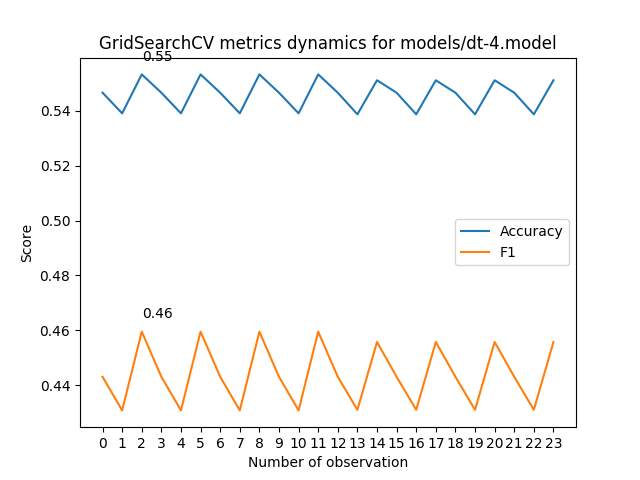
AverHLV/diploma-computations keeps this Graphviz diagram as models/dt-4.model_metrics.png. Above is the earlier version. Its source is kept beside it as models/dt-4.model.dot. Source of this version:
```dot
digraph Tree {
node [shape=box, style="filled", color="black"] ;
0 [label="Topic <= 0.998\ngini = 0.558\nsamples = 12051\nvalue = [[25, 5100, 714, 4466, 1746]\n[307, 7326, 2435, 835, 1148]\n[140, 6526, 603, 4074, 708]\n...\n[14, 5639, 830, 3956, 1612]\n[8, 148, 66, 46, 11783]\n[15, 1985, 29, 7790, 2232]]", fillcolor="#fef9f6"] ;
1 [label="Екогрупа <= -2.261\ngini = 0.543\nsamples = 9232\nvalue = [[20, 4558, 566, 2724, 1364]\n[256, 5760, 1749, 561, 906]\n[122, 5727, 499, 2230, 654]\n...\n[14, 4937, 441, 2476, 1364]\n[7, 130, 39, 37, 9019]\n[14, 1775, 20, 5826, 1597]]", fillcolor="#fae7d9"] ;
0 -> 1 [labeldistance=2.5, labelangle=45, headlabel="True"] ;
5 [label="gini = 0.492\nsamples = 465\nvalue = [[4, 110, 13, 222, 116]\n[1, 294, 64, 34, 72]\n[1, 145, 6, 269, 44]\n...\n[0, 124, 33, 191, 117]\n[0, 0, 0, 0, 465]\n[3, 23, 0, 32, 407]]", fillcolor="#eda978"] ;
1 -> 5 ;
6 [label="ОБ <= -0.236\ngini = 0.537\nsamples = 8767\nvalue = [[16, 4448, 553, 2502, 1248]\n[255, 5466, 1685, 527, 834]\n[121, 5582, 493, 1961, 610]\n...\n[14, 4813, 408, 2285, 1247]\n[7, 130, 39, 37, 8554]\n[11, 1752, 20, 5794, 1190]]", fillcolor="#f9e0ce"] ;
1 -> 6 ;
7 [label="gini = 0.521\nsamples = 2153\nvalue = [[7, 1259, 109, 418, 360]\n[44, 1420, 240, 149, 300]\n[30, 1357, 81, 387, 298]\n...\n[7, 1211, 81, 513, 341]\n[1, 18, 10, 1, 2123]\n[4, 366, 1, 1389, 393]]", fillcolor="#f5ccaf"] ;
6 -> 7 ;
8 [label="Topic <= -1.596\ngini = 0.532\nsamples = 6614\nvalue = [[9, 3189, 444, 2084, 888]\n[211, 4046, 1445, 378, 534]\n[91, 4225, 412, 1574, 312]\n...\n[7, 3602, 327, 1772, 906]\n[6, 112, 29, 36, 6431]\n[7, 1386, 19, 4405, 797]]", fillcolor="#f7dac5"] ;
6 -> 8 ;
9 [label="gini = 0.466\nsamples = 340\nvalue = [[2, 100, 57, 159, 22]\n[5, 248, 65, 11, 11]\n[0, 87, 65, 187, 1]\n...\n[1, 78, 82, 132, 47]\n[0, 27, 1, 16, 296]\n[0, 21, 0, 236, 83]]", fillcolor="#e78a47"] ;
8 -> 9 ;
10 [label="gini = 0.527\nsamples = 6274\nvalue = [[7, 3089, 387, 1925, 866]\n[206, 3798, 1380, 367, 523]\n[91, 4138, 347, 1387, 311]\n...\n[6, 3524, 245, 1640, 859]\n[6, 85, 28, 20, 6135]\n[7, 1365, 19, 4169, 714]]", fillcolor="#f6d3ba"] ;
8 -> 10 ;
2 [label="НФ <= -0.149\ngini = 0.525\nsamples = 2819\nvalue = [[5, 542, 148, 1742, 382]\n[51, 1566, 686, 274, 242]\n[18, 799, 104, 1844, 54]\n...\n[0, 702, 389, 1480, 248]\n[1, 18, 27, 9, 2764]\n[1, 210, 9, 1964, 635]]", fillcolor="#f5d0b6"] ;
0 -> 2 [labeldistance=2.5, labelangle=-45, headlabel="False"] ;
3 [label="gini = 0.459\nsamples = 1901\nvalue = [[1, 154, 63, 1446, 237]\n[24, 1016, 471, 226, 164]\n[1, 322, 43, 1510, 25]\n...\n[0, 329, 239, 1240, 93]\n[0, 3, 2, 0, 1896]\n[1, 62, 2, 1383, 453]]", fillcolor="#e58139"] ;
2 -> 3 ;
4 [label="gini = 0.563\nsamples = 918\nvalue = [[4, 388, 85, 296, 145]\n[27, 550, 215, 48, 78]\n[17, 477, 61, 334, 29]\n...\n[0, 373, 150, 240, 155]\n[1, 15, 25, 9, 868]\n[0, 148, 7, 581, 182]]", fillcolor="#ffffff"] ;
2 -> 4 ;
}
```
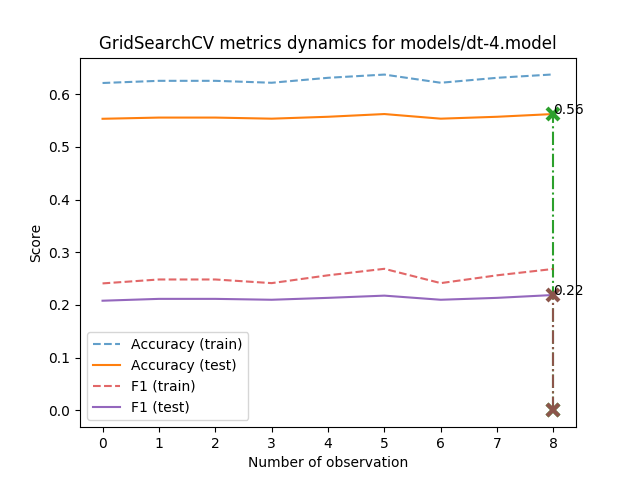
After the commit.

What changed in the source:
```diff
@@ -1,24 +1,56 @@
 digraph Tree {
 node [shape=box, style="filled", color="black"] ;
-0 [label="Topic <= 0.998\ngini = 0.558\nsamples = 12051\nvalue = [[25, 5100, 714, 4466, 1746]\n[307, 7326, 2435, 835, 1148]\n[140, 6526, 603, 4074, 708]\n...\n[14, 5639, 830, 3956, 1612]\n[8, 148, 66, 46, 11783]\n[15, 1985, 29, 7790, 2232]]", fillcolor="#fef9f6"] ;
-1 [label="Екогрупа <= -2.261\ngini = 0.543\nsamples = 9232\nvalue = [[20, 4558, 566, 2724, 1364]\n[256, 5760, 1749, 561, 906]\n[122, 5727, 499, 2230, 654]\n...\n[14, 4937, 441, 2476, 1364]\n[7, 130, 39, 37, 9019]\n[14, 1775, 20, 5826, 1597]]", fillcolor="#fae7d9"] ;
+0 [label="Topic <= 0.998\ngini = 0.558\nsamples = 12051\nvalue = [[25, 5162, 698, 4398, 1768]\n[330, 7345, 2421, 810, 1145]\n[145, 6593, 575, 4045, 693]\n...\n[15, 5632, 841, 3935, 1628]\n[9, 140, 60, 48, 11794]\n[15, 2030, 23, 7734, 2249]]", fillcolor="#fefcfb"] ;
+1 [label="ОБ <= -0.369\ngini = 0.543\nsamples = 9263\nvalue = [[21, 4617, 554, 2691, 1380]\n[277, 5793, 1743, 558, 892]\n[124, 5788, 470, 2242, 639]\n...\n[15, 4919, 452, 2500, 1377]\n[7, 118, 38, 38, 9062]\n[14, 1815, 17, 5833, 1584]]", fillcolor="#fdf6f0"] ;
 0 -> 1 [labeldistance=2.5, labelangle=45, headlabel="True"] ;
-5 [label="gini = 0.492\nsamples = 465\nvalue = [[4, 110, 13, 222, 116]\n[1, 294, 64, 34, 72]\n[1, 145, 6, 269, 44]\n...\n[0, 124, 33, 191, 117]\n[0, 0, 0, 0, 465]\n[3, 23, 0, 32, 407]]", fillcolor="#eda978"] ;
+5 [label="Позафракційні <= -1.95\ngini = 0.532\nsamples = 2170\nvalue = [[7, 1216, 75, 450, 422]\n[40, 1447, 221, 161, 301]\n[26, 1331, 65, 479, 269]\n...\n[7, 1138, 83, 561, 381]\n[1, 16, 7, 1, 2145]\n[8, 330, 1, 1229, 602]]", fillcolor="#fcf1e9"] ;
 1 -> 5 ;
-6 [label="ОБ <= -0.236\ngini = 0.537\nsamples = 8767\nvalue = [[16, 4448, 553, 2502, 1248]\n[255, 5466, 1685, 527, 834]\n[121, 5582, 493, 1961, 610]\n...\n[14, 4813, 408, 2285, 1247]\n[7, 130, 39, 37, 8554]\n[11, 1752, 20, 5794, 1190]]", fillcolor="#f9e0ce"] ;
+7 [label="gini = 0.409\nsamples = 215\nvalue = [[1, 21, 2, 125, 66]\n[0, 115, 36, 40, 24]\n[1, 38, 3, 132, 41]\n...\n[1, 22, 6, 98, 88]\n[0, 0, 0, 0, 215]\n[0, 2, 0, 42, 171]]", fillcolor="#f1bd97"] ;
+5 -> 7 ;
+8 [label="ВОБ <= -0.559\ngini = 0.515\nsamples = 1955\nvalue = [[6, 1195, 73, 325, 356]\n[40, 1332, 185, 121, 277]\n[25, 1293, 62, 347, 228]\n...\n[6, 1116, 77, 463, 293]\n[1, 16, 7, 1, 1930]\n[8, 328, 1, 1187, 431]]", fillcolor="#fbeade"] ;
+5 -> 8 ;
+23 [label="gini = 0.53\nsamples = 468\nvalue = [[0, 248, 11, 105, 104]\n[9, 240, 43, 44, 132]\n[6, 261, 26, 130, 45]\n...\n[0, 232, 15, 162, 59]\n[0, 0, 0, 0, 468]\n[1, 90, 0, 286, 91]]", fillcolor="#fcf0e8"] ;
+8 -> 23 ;
+24 [label="gini = 0.494\nsamples = 1487\nvalue = [[6, 947, 62, 220, 252]\n[31, 1092, 142, 77, 145]\n[19, 1032, 36, 217, 183]\n...\n[6, 884, 62, 301, 234]\n[1, 16, 7, 1, 1462]\n[7, 238, 1, 901, 340]]", fillcolor="#f9e1cf"] ;
+8 -> 24 ;
+6 [label="Topic <= -1.596\ngini = 0.536\nsamples = 7093\nvalue = [[14, 3401, 479, 2241, 958]\n[237, 4346, 1522, 397, 591]\n[98, 4457, 405, 1763, 370]\n...\n[8, 3781, 369, 1939, 996]\n[6, 102, 31, 37, 6917]\n[6, 1485, 16, 4604, 982]]", fillcolor="#fcf3ec"] ;
 1 -> 6 ;
-7 [label="gini = 0.521\nsamples = 2153\nvalue = [[7, 1259, 109, 418, 360]\n[44, 1420, 240, 149, 300]\n[30, 1357, 81, 387, 298]\n...\n[7, 1211, 81, 513, 341]\n[1, 18, 10, 1, 2123]\n[4, 366, 1, 1389, 393]]", fillcolor="#f5ccaf"] ;
-6 -> 7 ;
-8 [label="Topic <= -1.596\ngini = 0.532\nsamples = 6614\nvalue = [[9, 3189, 444, 2084, 888]\n[211, 4046, 1445, 378, 534]\n[91, 4225, 412, 1574, 312]\n...\n[7, 3602, 327, 1772, 906]\n[6, 112, 29, 36, 6431]\n[7, 1386, 19, 4405, 797]]", fillcolor="#f7dac5"] ;
-6 -> 8 ;
-9 [label="gini = 0.466\nsamples = 340\nvalue = [[2, 100, 57, 159, 22]\n[5, 248, 65, 11, 11]\n[0, 87, 65, 187, 1]\n...\n[1, 78, 82, 132, 47]\n[0, 27, 1, 16, 296]\n[0, 21, 0, 236, 83]]", fillcolor="#e78a47"] ;
-8 -> 9 ;
-10 [label="gini = 0.527\nsamples = 6274\nvalue = [[7, 3089, 387, 1925, 866]\n[206, 3798, 1380, 367, 523]\n[91, 4138, 347, 1387, 311]\n...\n[6, 3524, 245, 1640, 859]\n[6, 85, 28, 20, 6135]\n[7, 1365, 19, 4169, 714]]", fillcolor="#f6d3ba"] ;
-8 -> 10 ;
-2 [label="НФ <= -0.149\ngini = 0.525\nsamples = 2819\nvalue = [[5, 542, 148, 1742, 382]\n[51, 1566, 686, 274, 242]\n[18, 799, 104, 1844, 54]\n...\n[0, 702, 389, 1480, 248]\n[1, 18, 27, 9, 2764]\n[1, 210, 9, 1964, 635]]", fillcolor="#f5d0b6"] ;
+9 [label="gini = 0.47\nsamples = 337\nvalue = [[2, 92, 52, 170, 21]\n[5, 244, 63, 11, 14]\n[0, 85, 65, 185, 2]\n...\n[0, 80, 86, 128, 43]\n[0, 23, 1, 15, 298]\n[0, 23, 0, 232, 82]]", fillcolor="#f7d6bf"] ;
+6 -> 9 ;
+10 [label="НФ <= 0.573\ngini = 0.531\nsamples = 6756\nvalue = [[12, 3309, 427, 2071, 937]\n[232, 4102, 1459, 386, 577]\n[98, 4372, 340, 1578, 368]\n...\n[8, 3701, 283, 1811, 953]\n[6, 79, 30, 22, 6619]\n[6, 1462, 16, 4372, 900]]", fillcolor="#fcf1e8"] ;
+6 -> 10 ;
+13 [label="Екогрупа <= -1.414\ngini = 0.523\nsamples = 4598\nvalue = [[5, 2127, 252, 1545, 669]\n[127, 2929, 1009, 228, 305]\n[51, 2938, 217, 1120, 272]\n...\n[7, 2619, 199, 1323, 450]\n[4, 19, 16, 13, 4546]\n[2, 1031, 11, 3004, 550]]", fillcolor="#fbede3"] ;
+10 -> 13 ;
+21 [label="gini = 0.492\nsamples = 229\nvalue = [[0, 68, 11, 112, 38]\n[4, 141, 41, 5, 38]\n[0, 87, 5, 137, 0]\n...\n[0, 86, 17, 92, 34]\n[0, 1, 0, 0, 228]\n[0, 14, 0, 66, 149]]", fillcolor="#f9e0ce"] ;
+13 -> 21 ;
+22 [label="gini = 0.518\nsamples = 4369\nvalue = [[5, 2059, 241, 1433, 631]\n[123, 2788, 968, 223, 267]\n[51, 2851, 212, 983, 272]\n...\n[7, 2533, 182, 1231, 416]\n[4, 18, 16, 13, 4318]\n[2, 1017, 11, 2938, 401]]", fillcolor="#fbebdf"] ;
+13 -> 22 ;
+14 [label="gini = 0.531\nsamples = 2158\nvalue = [[7, 1182, 175, 526, 268]\n[105, 1173, 450, 158, 272]\n[47, 1434, 123, 458, 96]\n...\n[1, 1082, 84, 488, 503]\n[2, 60, 14, 9, 2073]\n[4, 431, 5, 1368, 350]]", fillcolor="#fcf1e9"] ;
+10 -> 14 ;
+2 [label="НФ <= -0.149\ngini = 0.525\nsamples = 2788\nvalue = [[4, 545, 144, 1707, 388]\n[53, 1552, 678, 252, 253]\n[21, 805, 105, 1803, 54]\n...\n[0, 713, 389, 1435, 251]\n[2, 22, 22, 10, 2732]\n[1, 215, 6, 1901, 665]]", fillcolor="#fceee5"] ;
 0 -> 2 [labeldistance=2.5, labelangle=-45, headlabel="False"] ;
-3 [label="gini = 0.459\nsamples = 1901\nvalue = [[1, 154, 63, 1446, 237]\n[24, 1016, 471, 226, 164]\n[1, 322, 43, 1510, 25]\n...\n[0, 329, 239, 1240, 93]\n[0, 3, 2, 0, 1896]\n[1, 62, 2, 1383, 453]]", fillcolor="#e58139"] ;
+3 [label="Topic <= 1.016\ngini = 0.46\nsamples = 1881\nvalue = [[1, 158, 58, 1415, 249]\n[24, 1007, 467, 206, 177]\n[2, 332, 42, 1479, 26]\n...\n[0, 344, 234, 1213, 90]\n[0, 3, 2, 1, 1875]\n[1, 69, 1, 1339, 471]]", fillcolor="#f6d2b9"] ;
 2 -> 3 ;
-4 [label="gini = 0.563\nsamples = 918\nvalue = [[4, 388, 85, 296, 145]\n[27, 550, 215, 48, 78]\n[17, 477, 61, 334, 29]\n...\n[0, 373, 150, 240, 155]\n[1, 15, 25, 9, 868]\n[0, 148, 7, 581, 182]]", fillcolor="#ffffff"] ;
+11 [label="Воля <= -0.217\ngini = 0.351\nsamples = 568\nvalue = [[0, 3, 23, 494, 48]\n[5, 403, 9, 95, 56]\n[0, 44, 10, 514, 0]\n...\n[0, 39, 142, 346, 41]\n[0, 0, 0, 0, 568]\n[0, 1, 0, 412, 155]]", fillcolor="#eca36f"] ;
+3 -> 11 ;
+25 [label="gini = 0.271\nsamples = 198\nvalue = [[0, 1, 21, 175, 1]\n[1, 112, 1, 49, 35]\n[0, 0, 3, 195, 0]\n...\n[0, 9, 11, 137, 41]\n[0, 0, 0, 0, 198]\n[0, 0, 0, 44, 154]]", fillcolor="#e58139"] ;
+11 -> 25 ;
+26 [label="gini = 0.327\nsamples = 370\nvalue = [[0, 2, 2, 319, 47]\n[4, 291, 8, 46, 21]\n[0, 44, 7, 319, 0]\n...\n[0, 30, 131, 209, 0]\n[0, 0, 0, 0, 370]\n[0, 1, 0, 368, 1]]", fillcolor="#ea995f"] ;
+11 -> 26 ;
+12 [label="Воля <= 0.475\ngini = 0.468\nsamples = 1313\nvalue = [[1, 155, 35, 921, 201]\n[19, 604, 458, 111, 121]\n[2, 288, 32, 965, 26]\n...\n[0, 305, 92, 867, 49]\n[0, 3, 2, 1, 1307]\n[1, 68, 1, 927, 316]]", fillcolor="#f6d6be"] ;
+3 -> 12 ;
+15 [label="Екогрупа <= -1.837\ngini = 0.512\nsamples = 636\nvalue = [[1, 120, 21, 349, 145]\n[11, 382, 133, 39, 71]\n[2, 213, 24, 373, 24]\n...\n[0, 197, 46, 362, 31]\n[0, 3, 2, 1, 630]\n[1, 44, 0, 292, 299]]", fillcolor="#fae8dc"] ;
+12 -> 15 ;
+17 [label="gini = 0.373\nsamples = 265\nvalue = [[0, 6, 1, 190, 68]\n[5, 115, 72, 20, 53]\n[0, 20, 4, 236, 5]\n...\n[0, 22, 14, 223, 6]\n[0, 0, 0, 0, 265]\n[1, 0, 0, 3, 261]]", fillcolor="#eead7e"] ;
+15 -> 17 ;
+18 [label="gini = 0.519\nsamples = 371\nvalue = [[1, 114, 20, 159, 77]\n[6, 267, 61, 19, 18]\n[2, 193, 20, 137, 19]\n...\n[0, 175, 32, 139, 25]\n[0, 3, 2, 1, 365]\n[0, 44, 0, 289, 38]]", fillcolor="#fbece1"] ;
+15 -> 18 ;
+16 [label="gini = 0.381\nsamples = 677\nvalue = [[0, 35, 14, 572, 56]\n[8, 222, 325, 72, 50]\n[0, 75, 8, 592, 2]\n...\n[0, 108, 46, 505, 18]\n[0, 0, 0, 0, 677]\n[0, 24, 1, 635, 17]]", fillcolor="#efb083"] ;
+12 -> 16 ;
+4 [label="Topic <= 1.016\ngini = 0.565\nsamples = 907\nvalue = [[3, 387, 86, 292, 139]\n[29, 545, 211, 46, 76]\n[19, 473, 63, 324, 28]\n...\n[0, 369, 155, 222, 161]\n[2, 19, 20, 9, 857]\n[0, 146, 5, 562, 194]]", fillcolor="#ffffff"] ;
 2 -> 4 ;
+19 [label="gini = 0.275\nsamples = 91\nvalue = [[0, 25, 20, 44, 2]\n[1, 69, 1, 7, 13]\n[0, 5, 0, 86, 0]\n...\n[0, 7, 66, 18, 0]\n[0, 0, 0, 0, 91]\n[0, 0, 0, 32, 59]]", fillcolor="#e5833c"] ;
+4 -> 19 ;
+20 [label="gini = 0.56\nsamples = 816\nvalue = [[3, 362, 66, 248, 137]\n[28, 476, 210, 39, 63]\n[19, 468, 63, 238, 28]\n...\n[0, 362, 89, 204, 161]\n[2, 19, 20, 9, 766]\n[0, 146, 5, 530, 135]]", fillcolor="#fffdfc"] ;
+4 -> 20 ;
 }
```
